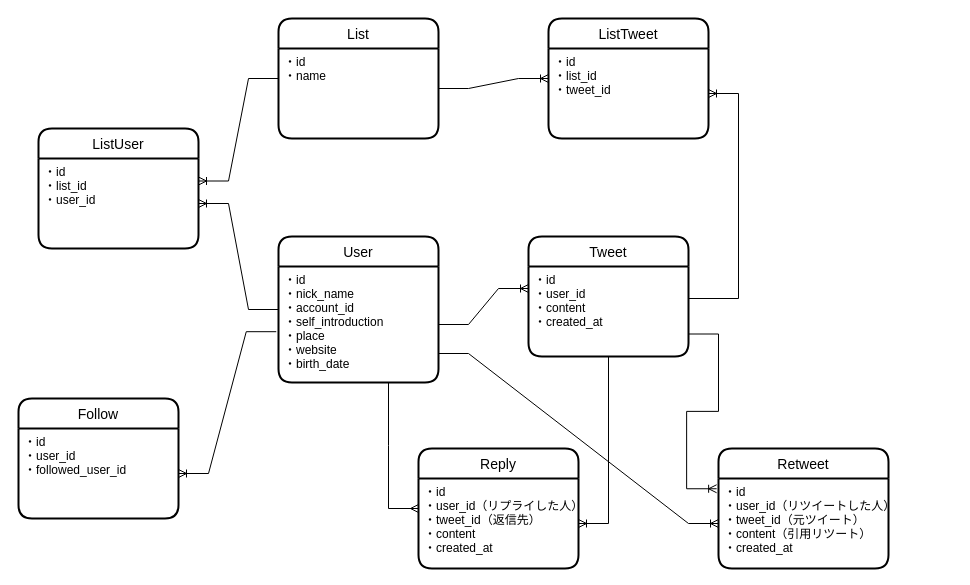
Earlier version of the draw.io diagram twitter_erd.drawio (inoway46/twitter_erd). Source tidied: cells renumbered, new cells numbered last; positions are measured from the earlier drawing's top-left corner, leaving out a move shared by most shapes. Both pictures are drawn from the tidied source at 100%, with x=0, y=0 at pixel (18, 18).
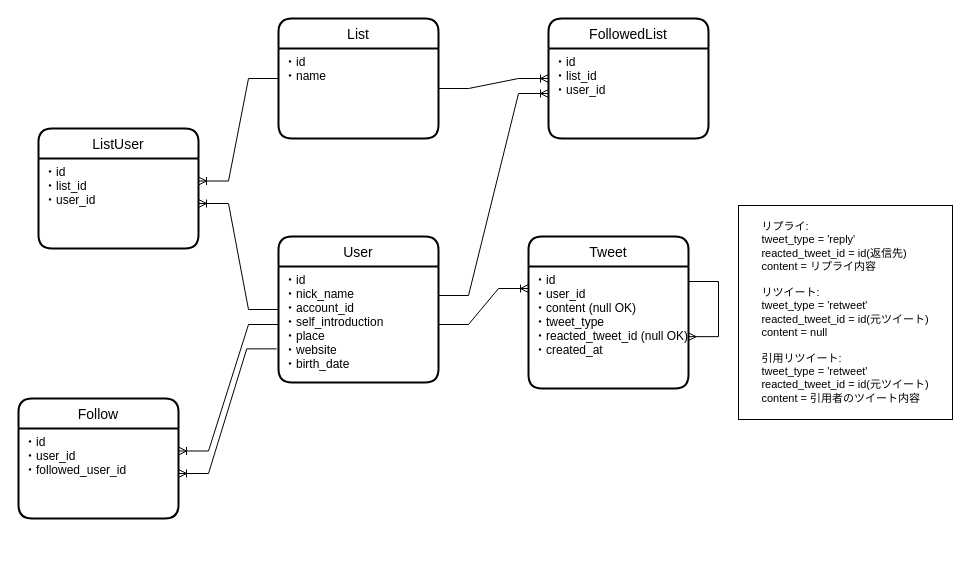
The same diagram, later.

Commit message:
Update ER図をレビュー後の状態に更新

Unchanged cells that the change refers to:
```xml
<mxCell id="2" value="User" style="swimlane;horizontal=1;startSize=30;rounded=1;fontSize=14;fontStyle=0;strokeWidth=2;shadow=0;dashed=0;align=center;" parent="1" vertex="1">
  <mxGeometry x="260" y="218" width="160" height="146" as="geometry" />
</mxCell>
<mxCell id="3" value="・id&#10;・nick_name&#10;・account_id&#10;・self_introduction&#10;・place&#10;・website&#10;・birth_date" style="align=left;strokeColor=none;fillColor=none;spacingLeft=4;fontSize=12;verticalAlign=top;" parent="2" vertex="1">
  <mxGeometry y="30" width="160" height="116" as="geometry" />
</mxCell>
<mxCell id="7" value="・id&#10;・user_id&#10;・followed_user_id" style="align=left;strokeColor=none;fillColor=none;spacingLeft=4;fontSize=12;verticalAlign=top;" parent="6" vertex="1">
  <mxGeometry y="30" width="160" height="90" as="geometry" />
</mxCell>
<mxCell id="8" value="List" style="swimlane;horizontal=1;startSize=30;rounded=1;fontSize=14;fontStyle=0;strokeWidth=2;shadow=0;dashed=0;align=center;" parent="1" vertex="1">
  <mxGeometry x="260" width="160" height="120" as="geometry" />
</mxCell>
<mxCell id="10" value="ListUser" style="swimlane;horizontal=1;startSize=30;rounded=1;fontSize=14;fontStyle=0;strokeWidth=2;shadow=0;dashed=0;align=center;" parent="1" vertex="1">
  <mxGeometry x="20" y="110" width="160" height="120" as="geometry" />
</mxCell>
```

What changed in the source:
```diff
@@
     <mxCell id="4" value="Tweet" style="swimlane;horizontal=1;startSize=30;rounded=1;fontSize=14;fontStyle=0;strokeWidth=2;shadow=0;dashed=0;align=center;" parent="1" vertex="1">
-      <mxGeometry x="510" y="218" width="160" height="120" as="geometry" />
+      <mxGeometry x="510" y="218" width="160" height="152" as="geometry" />
     </mxCell>
-    <mxCell id="5" value="・id&#10;・user_id&#10;・content&#10;・created_at&#10;" style="align=left;strokeColor=none;fillColor=none;spacingLeft=4;fontSize=12;verticalAlign=top;" parent="4" vertex="1">
-      <mxGeometry y="30" width="160" height="90" as="geometry" />
-    </mxCell>
+    <mxCell id="28" value="・id&#10;・user_id&#10;・content (null OK)&#10;・tweet_type&#10;・reacted_tweet_id (null OK)&#10;・created_at&#10;" style="align=left;strokeColor=none;fillColor=none;spacingLeft=4;fontSize=12;verticalAlign=top;" parent="4" vertex="1">
+      <mxGeometry y="30" width="160" height="122" as="geometry" />
+    </mxCell>
@@
-    <mxCell id="11" value="・id&#10;・list_id&#10;・user_id" style="align=left;strokeColor=none;fillColor=none;spacingLeft=4;fontSize=12;verticalAlign=top;" parent="10" vertex="1">
-      <mxGeometry y="30" width="160" height="90" as="geometry" />
-    </mxCell>
-    <mxCell id="12" value="Reply" style="swimlane;horizontal=1;startSize=30;rounded=1;fontSize=14;fontStyle=0;strokeWidth=2;shadow=0;dashed=0;align=center;" parent="1" vertex="1">
-      <mxGeometry x="400" y="430" width="160" height="120" as="geometry" />
-    </mxCell>
-    <mxCell id="13" value="・id&#10;・user_id（リプライした人）&#10;・tweet_id（返信先）&#10;・content&#10;・created_at" style="align=left;strokeColor=none;fillColor=none;spacingLeft=4;fontSize=12;verticalAlign=top;" parent="12" vertex="1">
-      <mxGeometry y="30" width="160" height="90" as="geometry" />
-    </mxCell>
-    <mxCell id="14" value="Retweet" style="swimlane;horizontal=1;startSize=30;rounded=1;fontSize=14;fontStyle=0;strokeWidth=2;shadow=0;dashed=0;align=center;" parent="1" vertex="1">
-      <mxGeometry x="700" y="430" width="170" height="120" as="geometry" />
-    </mxCell>
-    <mxCell id="15" value="・id&#10;・user_id（リツイートした人）&#10;・tweet_id（元ツイート）&#10;・content（引用リツート）&#10;・created_at" style="align=left;strokeColor=none;fillColor=none;spacingLeft=4;fontSize=12;verticalAlign=top;" parent="14" vertex="1">
-      <mxGeometry y="30" width="170" height="90" as="geometry" />
-    </mxCell>
-    <mxCell id="16" style="edgeStyle=entityRelationEdgeStyle;fontSize=12;html=1;endArrow=ERoneToMany;rounded=0;entryX=1;entryY=0.5;entryDx=0;entryDy=0;exitX=0;exitY=0.5;exitDx=0;exitDy=0;" parent="1" edge="1" source="2" target="11">
-      <mxGeometry relative="1" as="geometry" />
-    </mxCell>
-    <mxCell id="17" style="edgeStyle=entityRelationEdgeStyle;fontSize=12;html=1;endArrow=ERoneToMany;rounded=0;entryX=1;entryY=0.25;entryDx=0;entryDy=0;exitX=0;exitY=0.5;exitDx=0;exitDy=0;" parent="1" edge="1" source="8" target="11">
-      <mxGeometry relative="1" as="geometry" />
-    </mxCell>
-    <mxCell id="18" style="edgeStyle=entityRelationEdgeStyle;fontSize=12;html=1;endArrow=ERoneToMany;rounded=0;exitX=1;exitY=0.5;exitDx=0;exitDy=0;" parent="1" edge="1" source="3">
-      <mxGeometry relative="1" as="geometry">
-        <mxPoint x="510" y="270" as="targetPoint" />
-      </mxGeometry>
-    </mxCell>
-    <mxCell id="19" style="edgeStyle=entityRelationEdgeStyle;fontSize=12;html=1;endArrow=ERoneToMany;rounded=0;entryX=1;entryY=0.5;entryDx=0;entryDy=0;exitX=-0.014;exitY=0.562;exitDx=0;exitDy=0;exitPerimeter=0;" parent="1" edge="1" source="3" target="7">
-      <mxGeometry relative="1" as="geometry" />
-    </mxCell>
-    <mxCell id="20" value="ListTweet" style="swimlane;horizontal=1;startSize=30;rounded=1;fontSize=14;fontStyle=0;strokeWidth=2;shadow=0;dashed=0;align=center;" parent="1" vertex="1">
-      <mxGeometry x="530" width="160" height="120" as="geometry" />
-    </mxCell>
-    <mxCell id="21" value="・id&#10;・list_id&#10;・tweet_id" style="align=left;strokeColor=none;fillColor=none;spacingLeft=4;fontSize=12;verticalAlign=top;" parent="20" vertex="1">
-      <mxGeometry y="30" width="160" height="90" as="geometry" />
-    </mxCell>
-    <mxCell id="22" style="edgeStyle=entityRelationEdgeStyle;fontSize=12;html=1;endArrow=ERoneToMany;rounded=0;entryX=0;entryY=0.5;entryDx=0;entryDy=0;" parent="1" edge="1" target="20">
-      <mxGeometry relative="1" as="geometry">
-        <mxPoint x="420" y="70" as="sourcePoint" />
-      </mxGeometry>
-    </mxCell>
-    <mxCell id="23" style="edgeStyle=entityRelationEdgeStyle;fontSize=12;html=1;endArrow=ERoneToMany;rounded=0;" parent="1" edge="1" target="21">
-      <mxGeometry relative="1" as="geometry">
-        <mxPoint x="670" y="280" as="sourcePoint" />
-      </mxGeometry>
-    </mxCell>
-    <mxCell id="24" style="edgeStyle=entityRelationEdgeStyle;fontSize=12;html=1;endArrow=ERoneToMany;rounded=0;exitX=0.25;exitY=1;exitDx=0;exitDy=0;" parent="1" edge="1" source="5" target="13">
-      <mxGeometry relative="1" as="geometry" />
-    </mxCell>
-    <mxCell id="25" style="edgeStyle=entityRelationEdgeStyle;fontSize=12;html=1;endArrow=ERoneToMany;rounded=0;exitX=1;exitY=0.75;exitDx=0;exitDy=0;entryX=-0.011;entryY=0.114;entryDx=0;entryDy=0;entryPerimeter=0;" parent="1" edge="1" source="5" target="15">
-      <mxGeometry relative="1" as="geometry" />
-    </mxCell>
-    <mxCell id="26" style="edgeStyle=entityRelationEdgeStyle;fontSize=12;html=1;endArrow=ERmany;rounded=0;entryX=0;entryY=0.5;entryDx=0;entryDy=0;exitX=0.5;exitY=1;exitDx=0;exitDy=0;" parent="1" edge="1" source="3" target="12">
-      <mxGeometry relative="1" as="geometry" />
-    </mxCell>
-    <mxCell id="27" style="edgeStyle=entityRelationEdgeStyle;fontSize=12;html=1;endArrow=ERoneToMany;rounded=0;exitX=1;exitY=0.75;exitDx=0;exitDy=0;entryX=0;entryY=0.5;entryDx=0;entryDy=0;" parent="1" edge="1" source="3" target="15">
-      <mxGeometry relative="1" as="geometry" />
-    </mxCell>
+    <mxCell id="29" value="・id&#10;・list_id&#10;・user_id" style="align=left;strokeColor=none;fillColor=none;spacingLeft=4;fontSize=12;verticalAlign=top;" parent="10" vertex="1">
+      <mxGeometry y="30" width="160" height="90" as="geometry" />
+    </mxCell>
+    <mxCell id="30" style="edgeStyle=entityRelationEdgeStyle;fontSize=12;html=1;endArrow=ERoneToMany;rounded=0;entryX=1;entryY=0.5;entryDx=0;entryDy=0;exitX=0;exitY=0.5;exitDx=0;exitDy=0;" parent="1" edge="1" source="2" target="29">
+      <mxGeometry relative="1" as="geometry" />
+    </mxCell>
+    <mxCell id="31" style="edgeStyle=entityRelationEdgeStyle;fontSize=12;html=1;endArrow=ERoneToMany;rounded=0;entryX=1;entryY=0.25;entryDx=0;entryDy=0;exitX=0;exitY=0.5;exitDx=0;exitDy=0;" parent="1" edge="1" source="8" target="29">
+      <mxGeometry relative="1" as="geometry" />
+    </mxCell>
+    <mxCell id="32" style="edgeStyle=entityRelationEdgeStyle;fontSize=12;html=1;endArrow=ERoneToMany;rounded=0;exitX=1;exitY=0.5;exitDx=0;exitDy=0;" parent="1" edge="1" source="3">
+      <mxGeometry relative="1" as="geometry">
+        <mxPoint x="510" y="270" as="targetPoint" />
+      </mxGeometry>
+    </mxCell>
+    <mxCell id="33" style="edgeStyle=entityRelationEdgeStyle;fontSize=12;html=1;endArrow=ERoneToMany;rounded=0;entryX=1;entryY=0.5;entryDx=0;entryDy=0;exitX=-0.011;exitY=0.71;exitDx=0;exitDy=0;exitPerimeter=0;" parent="1" edge="1" source="3" target="7">
+      <mxGeometry relative="1" as="geometry" />
+    </mxCell>
+    <mxCell id="34" value="FollowedList" style="swimlane;horizontal=1;startSize=30;rounded=1;fontSize=14;fontStyle=0;strokeWidth=2;shadow=0;dashed=0;align=center;" parent="1" vertex="1">
+      <mxGeometry x="530" width="160" height="120" as="geometry" />
+    </mxCell>
+    <mxCell id="35" value="・id&#10;・list_id&#10;・user_id" style="align=left;strokeColor=none;fillColor=none;spacingLeft=4;fontSize=12;verticalAlign=top;" parent="34" vertex="1">
+      <mxGeometry y="30" width="160" height="90" as="geometry" />
+    </mxCell>
+    <mxCell id="36" style="edgeStyle=entityRelationEdgeStyle;fontSize=12;html=1;endArrow=ERoneToMany;rounded=0;entryX=0;entryY=0.5;entryDx=0;entryDy=0;" parent="1" edge="1" target="34">
+      <mxGeometry relative="1" as="geometry">
+        <mxPoint x="420" y="70" as="sourcePoint" />
+      </mxGeometry>
+    </mxCell>
+    <mxCell id="37" style="edgeStyle=entityRelationEdgeStyle;fontSize=12;html=1;endArrow=ERoneToMany;rounded=0;exitX=1;exitY=0.25;exitDx=0;exitDy=0;" parent="1" edge="1" source="3" target="35">
+      <mxGeometry relative="1" as="geometry" />
+    </mxCell>
+    <mxCell id="38" style="edgeStyle=entityRelationEdgeStyle;fontSize=12;html=1;endArrow=ERoneToMany;rounded=0;entryX=1;entryY=0.25;entryDx=0;entryDy=0;exitX=0;exitY=0.5;exitDx=0;exitDy=0;" parent="1" edge="1" source="3" target="7">
+      <mxGeometry relative="1" as="geometry" />
+    </mxCell>
+    <mxCell id="39" style="edgeStyle=entityRelationEdgeStyle;fontSize=12;html=1;endArrow=ERmany;rounded=0;entryX=0.998;entryY=0.575;entryDx=0;entryDy=0;entryPerimeter=0;" parent="1" edge="1" target="28">
+      <mxGeometry relative="1" as="geometry">
+        <mxPoint x="670" y="263" as="sourcePoint" />
+      </mxGeometry>
+    </mxCell>
+    <mxCell id="40" value="&lt;div style=&quot;text-align: left; font-size: 11px;&quot;&gt;&lt;span style=&quot;background-color: initial;&quot;&gt;&lt;font style=&quot;font-size: 11px;&quot;&gt;リプライ:&lt;/font&gt;&lt;/span&gt;&lt;/div&gt;&lt;div style=&quot;text-align: left; font-size: 11px;&quot;&gt;&lt;span style=&quot;background-color: initial;&quot;&gt;&lt;font style=&quot;font-size: 11px;&quot;&gt;tweet_type = 'reply'&lt;/font&gt;&lt;/span&gt;&lt;/div&gt;&lt;div style=&quot;text-align: left; font-size: 11px;&quot;&gt;&lt;span style=&quot;background-color: initial;&quot;&gt;&lt;font style=&quot;font-size: 11px;&quot;&gt;reacted_tweet_id = id(返信先)&lt;/font&gt;&lt;/span&gt;&lt;/div&gt;&lt;div style=&quot;text-align: left; font-size: 11px;&quot;&gt;&lt;span style=&quot;background-color: initial;&quot;&gt;&lt;font style=&quot;font-size: 11px;&quot;&gt;content = リプライ内容&lt;/font&gt;&lt;/span&gt;&lt;/div&gt;&lt;div style=&quot;text-align: left; font-size: 11px;&quot;&gt;&lt;span style=&quot;background-color: initial;&quot;&gt;&lt;font style=&quot;font-size: 11px;&quot;&gt;&lt;br&gt;&lt;/font&gt;&lt;/span&gt;&lt;/div&gt;&lt;div style=&quot;text-align: left; font-size: 11px;&quot;&gt;&lt;span style=&quot;background-color: initial;&quot;&gt;&lt;font style=&quot;font-size: 11px;&quot;&gt;リツイート:&lt;/font&gt;&lt;/span&gt;&lt;/div&gt;&lt;div style=&quot;text-align: left; font-size: 11px;&quot;&gt;&lt;font style=&quot;font-size: 11px;&quot;&gt;tweet_type = 'retweet'&lt;/font&gt;&lt;/div&gt;&lt;div style=&quot;text-align: left; font-size: 11px;&quot;&gt;&lt;font style=&quot;font-size: 11px;&quot;&gt;reacted_tweet_id = id(元ツイート)&lt;/font&gt;&lt;/div&gt;&lt;div style=&quot;text-align: left; font-size: 11px;&quot;&gt;&lt;font style=&quot;font-size: 11px;&quot;&gt;content = null&lt;/font&gt;&lt;/div&gt;&lt;div style=&quot;text-align: left; font-size: 11px;&quot;&gt;&lt;font style=&quot;font-size: 11px;&quot;&gt;&lt;br&gt;&lt;/font&gt;&lt;/div&gt;&lt;div style=&quot;text-align: left; font-size: 11px;&quot;&gt;&lt;font style=&quot;font-size: 11px;&quot;&gt;引用リツイート:&lt;/font&gt;&lt;/div&gt;&lt;div style=&quot;text-align: left; font-size: 11px;&quot;&gt;&lt;font style=&quot;font-size: 11px;&quot;&gt;tweet_type = 'retweet'&lt;/font&gt;&lt;/div&gt;&lt;div style=&quot;text-align: left; font-size: 11px;&quot;&gt;&lt;font style=&quot;font-size: 11px;&quot;&gt;reacted_tweet_id = id(元ツイート)&lt;/font&gt;&lt;/div&gt;&lt;div style=&quot;text-align: left; font-size: 11px;&quot;&gt;&lt;font style=&quot;font-size: 11px;&quot;&gt;content = 引用者のツイート内容&lt;/font&gt;&lt;/div&gt;" style="whiteSpace=wrap;html=1;" parent="1" vertex="1">
+      <mxGeometry x="720" y="187" width="214" height="214" as="geometry" />
+    </mxCell>
```
